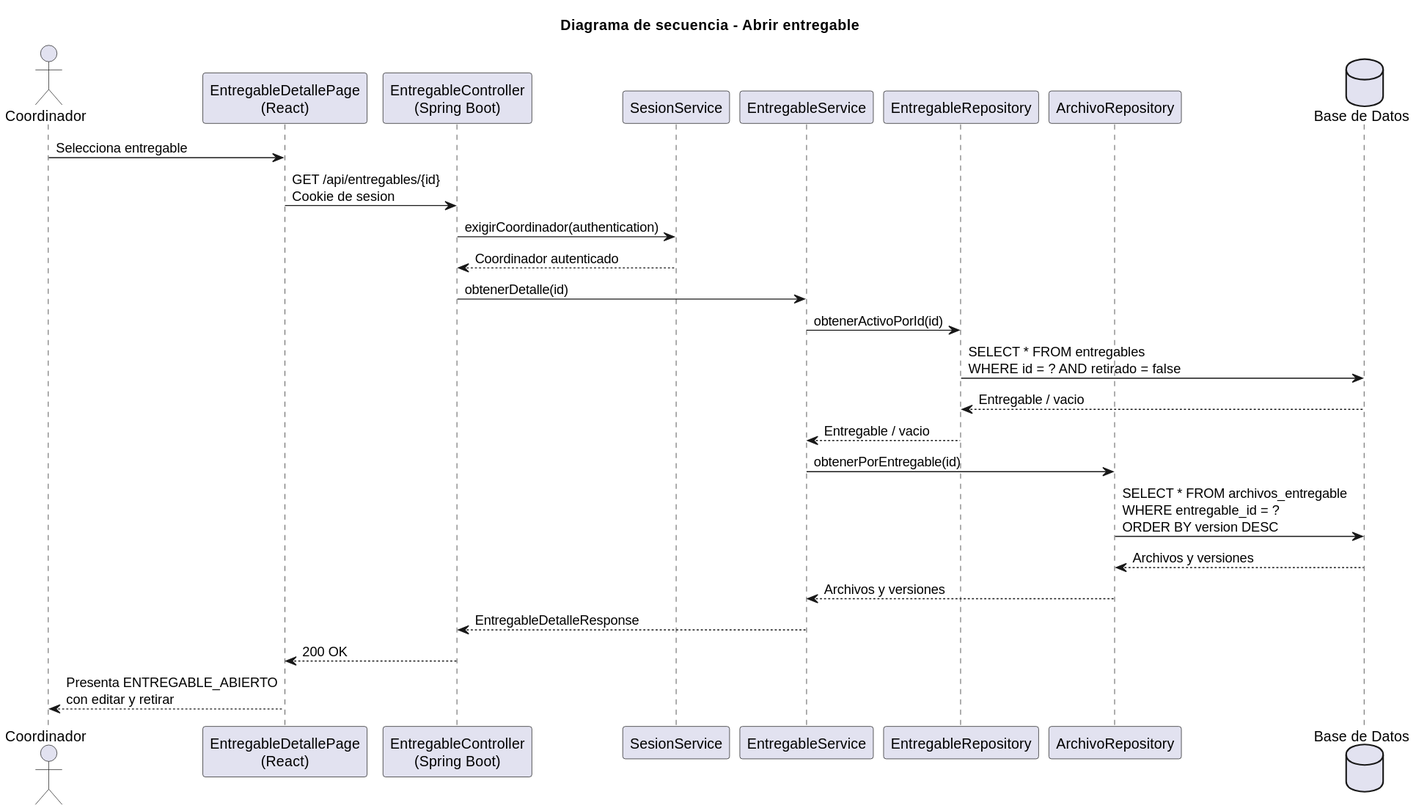
Above: images/RUP/02-diseño/casos-uso/coordinador/abrirEntregable/secuencia.svg in beatriizorozco/25-26-idsw2-sdVC (PlantUML), before the change. Its diagram source:
```plantuml
@startuml
title Diagrama de secuencia - Abrir entregable
actor Coordinador
participant "EntregableDetallePage\n(React)" as Frontend
participant "EntregableController\n(Spring Boot)" as Api
participant "SesionService" as Sesion
participant "EntregableService" as Service
participant "EntregableRepository" as Repo
participant "ArchivoRepository" as ArchivoRepo
database "Base de Datos" as DB

Coordinador -> Frontend: Selecciona entregable
Frontend -> Api: GET /api/entregables/{id}\nCookie de sesion
Api -> Sesion: exigirCoordinador(authentication)
Sesion --> Api: Coordinador autenticado
Api -> Service: obtenerDetalle(id)
Service -> Repo: obtenerActivoPorId(id)
Repo -> DB: SELECT * FROM entregables\nWHERE id = ? AND retirado = false
DB --> Repo: Entregable / vacio
Repo --> Service: Entregable / vacio
Service -> ArchivoRepo: obtenerPorEntregable(id)
ArchivoRepo -> DB: SELECT * FROM archivos_entregable\nWHERE entregable_id = ?\nORDER BY version DESC
DB --> ArchivoRepo: Archivos y versiones
ArchivoRepo --> Service: Archivos y versiones
Service --> Api: EntregableDetalleResponse
Api --> Frontend: 200 OK
Frontend --> Coordinador: Presenta ENTREGABLE_ABIERTO\ncon editar y retirar
@enduml
```
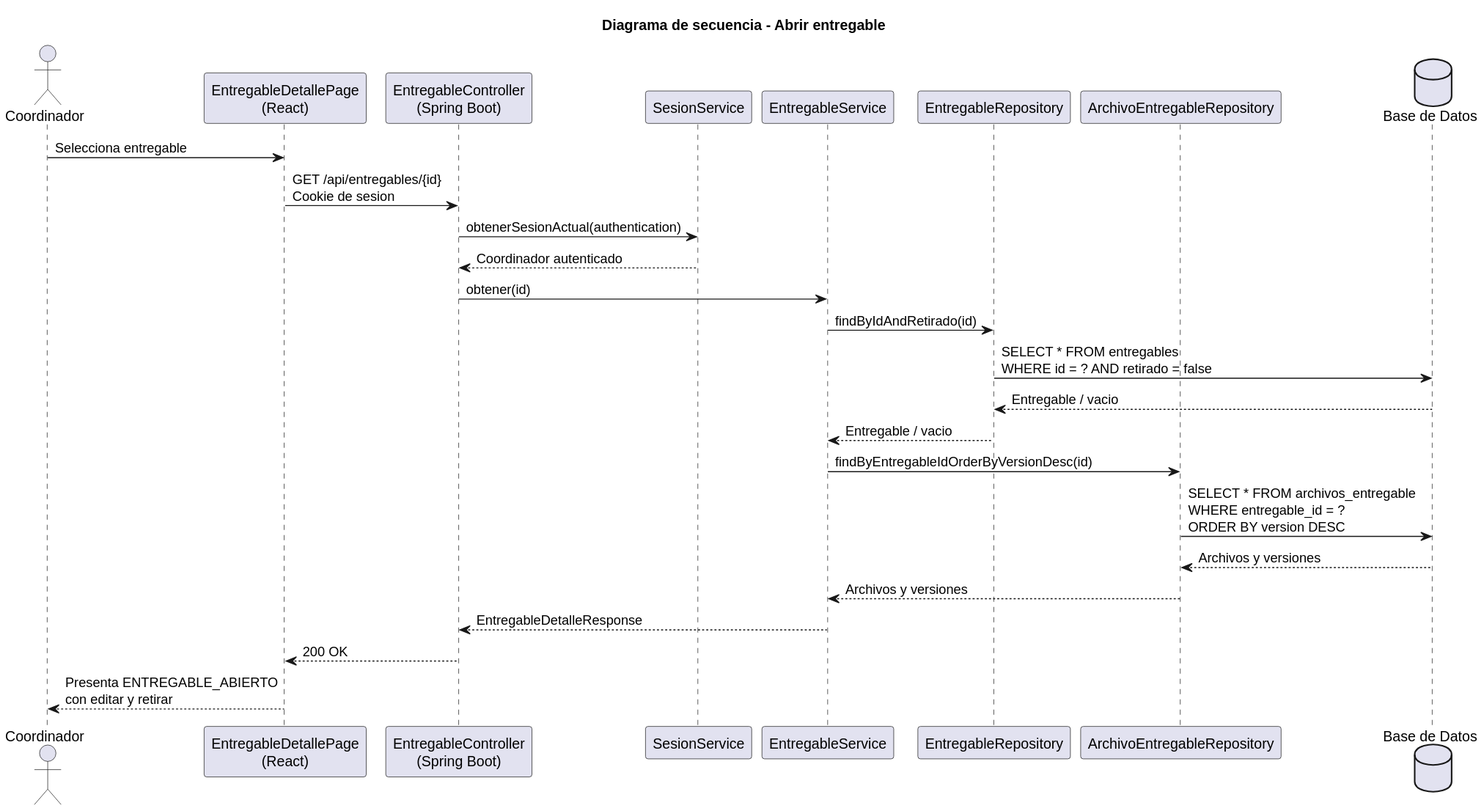
After the change.

Diff of the diagram source:
```diff
@@ -6,19 +6,19 @@
 participant "SesionService" as Sesion
 participant "EntregableService" as Service
 participant "EntregableRepository" as Repo
-participant "ArchivoRepository" as ArchivoRepo
+participant "ArchivoEntregableRepository" as ArchivoRepo
 database "Base de Datos" as DB
 
 Coordinador -> Frontend: Selecciona entregable
 Frontend -> Api: GET /api/entregables/{id}\nCookie de sesion
-Api -> Sesion: exigirCoordinador(authentication)
+Api -> Sesion: obtenerSesionActual(authentication)
 Sesion --> Api: Coordinador autenticado
-Api -> Service: obtenerDetalle(id)
-Service -> Repo: obtenerActivoPorId(id)
+Api -> Service: obtener(id)
+Service -> Repo: findByIdAndRetirado(id)
 Repo -> DB: SELECT * FROM entregables\nWHERE id = ? AND retirado = false
 DB --> Repo: Entregable / vacio
 Repo --> Service: Entregable / vacio
-Service -> ArchivoRepo: obtenerPorEntregable(id)
+Service -> ArchivoRepo: findByEntregableIdOrderByVersionDesc(id)
 ArchivoRepo -> DB: SELECT * FROM archivos_entregable\nWHERE entregable_id = ?\nORDER BY version DESC
 DB --> ArchivoRepo: Archivos y versiones
 ArchivoRepo --> Service: Archivos y versiones
```
